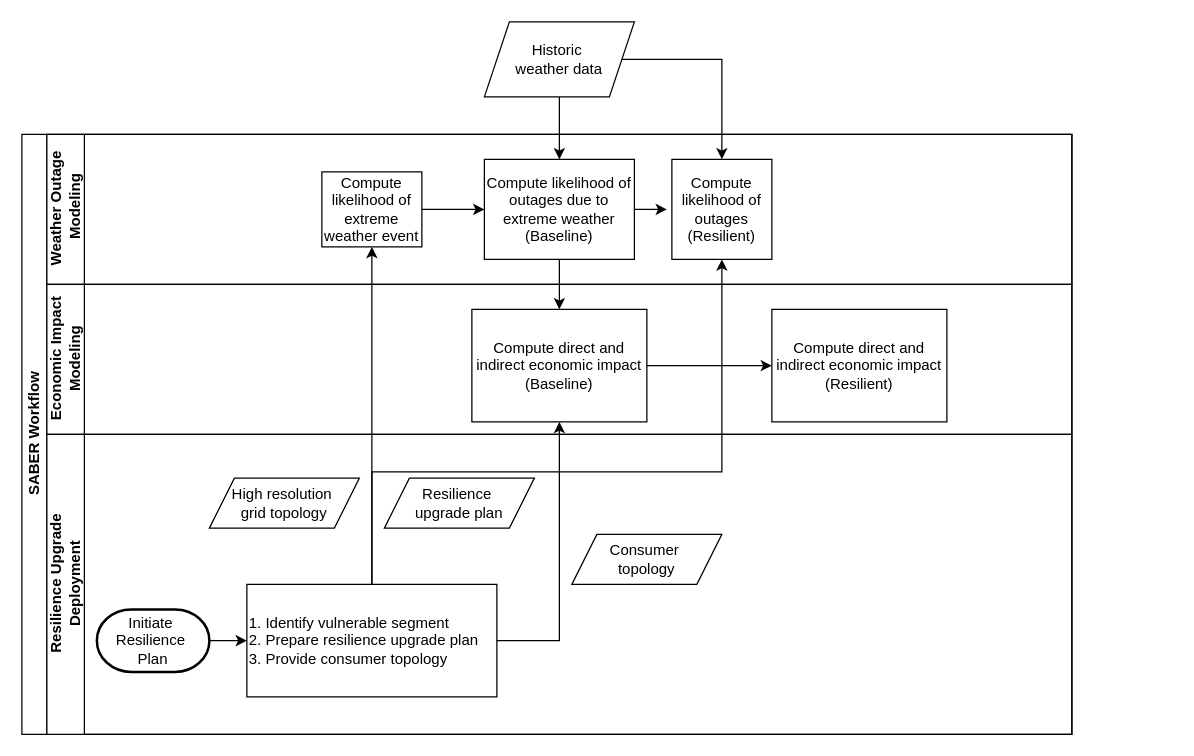
Above: page "Page-1" (1 of 2) of SABER.drawio in ananth222/test-repo (draw.io), before the change. Source tidied: cells renumbered, new cells numbered last; positions are measured from the earlier drawing's top-left corner, leaving out a move shared by most shapes. Both pictures are drawn from the tidied source at 125%, with x=0, y=0 at pixel (21, 21).
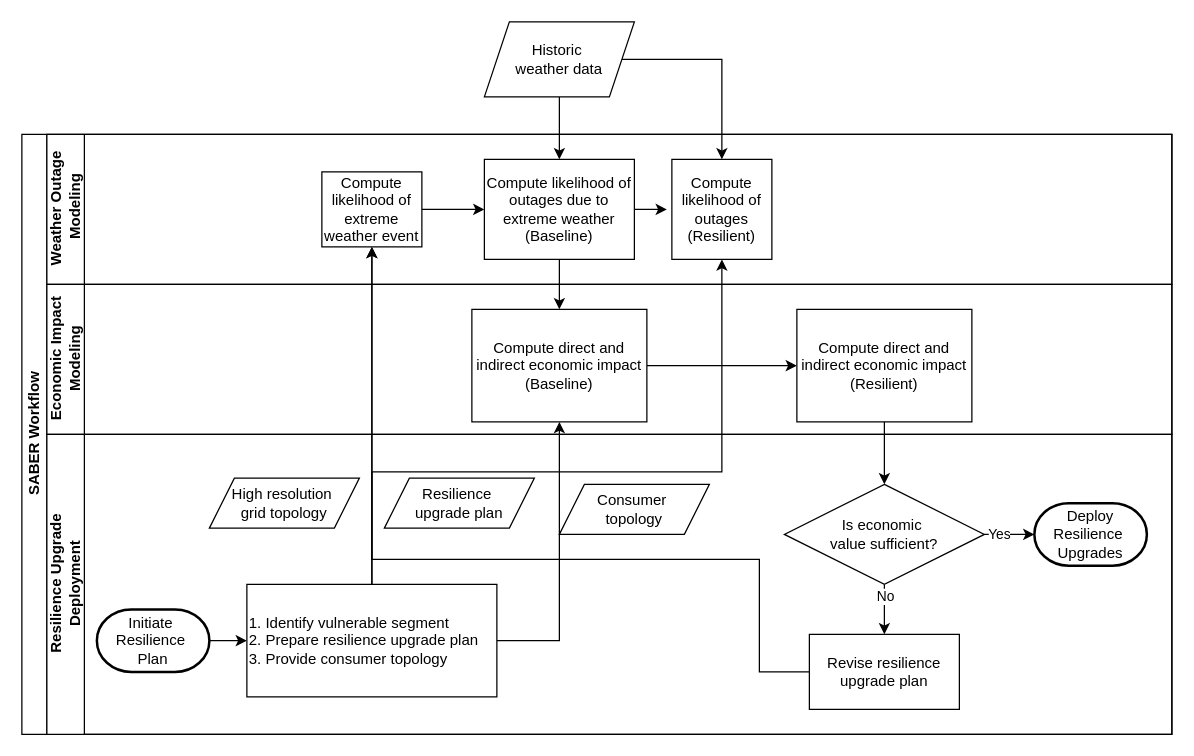
The same diagram, later.

Unchanged cells that the change refers to:
```xml
<mxCell id="5" value="Compute likelihood of extreme weather event" style="rounded=0;whiteSpace=wrap;html=1;fontFamily=Helvetica;fontSize=12;fontColor=#000000;align=center;" parent="3" vertex="1">
  <mxGeometry x="220" y="30" width="80" height="60" as="geometry" />
</mxCell>
```

Diff of the diagram source:
```diff
@@
     <mxCell id="2" value="SABER Workflow" style="swimlane;html=1;horizontal=0;startSize=20;" parent="1" vertex="1">
-      <mxGeometry y="90" width="840" height="480" as="geometry" />
+      <mxGeometry y="90" width="920" height="480" as="geometry" />
     </mxCell>
     <mxCell id="3" value="&lt;div&gt;Weather Outage&lt;/div&gt;&lt;div&gt;&amp;nbsp;Modeling&lt;/div&gt;" style="swimlane;html=1;startSize=30;horizontal=0;" parent="2" vertex="1">
-      <mxGeometry x="20" width="820" height="120" as="geometry" />
+      <mxGeometry x="20" width="900" height="120" as="geometry" />
     </mxCell>
@@
     <mxCell id="9" value="&lt;div&gt;Economic Impact &lt;br&gt;&lt;/div&gt;&lt;div&gt;Modeling&lt;br&gt;&lt;/div&gt;" style="swimlane;html=1;startSize=30;horizontal=0;" parent="2" vertex="1">
-      <mxGeometry x="20" y="120" width="820" height="120" as="geometry" />
+      <mxGeometry x="20" y="120" width="900" height="120" as="geometry" />
     </mxCell>
@@
     <mxCell id="11" value="&lt;br&gt;&lt;div&gt;Compute direct and indirect economic impact&lt;/div&gt;&lt;div&gt;(Resilient)&lt;br&gt;&lt;/div&gt;&lt;div&gt;&lt;br/&gt;&lt;/div&gt;" style="rounded=0;whiteSpace=wrap;html=1;" parent="9" vertex="1">
-      <mxGeometry x="580" y="20" width="140" height="90" as="geometry" />
+      <mxGeometry x="600" y="20" width="140" height="90" as="geometry" />
     </mxCell>
@@
     <mxCell id="14" value="&lt;div&gt;Resilience Upgrade &lt;br&gt;&lt;/div&gt;&lt;div&gt;Deployment&lt;br&gt;&lt;/div&gt;" style="swimlane;html=1;startSize=30;horizontal=0;" parent="2" vertex="1">
-      <mxGeometry x="20" y="240" width="820" height="240" as="geometry" />
+      <mxGeometry x="20" y="240" width="900" height="240" as="geometry" />
     </mxCell>
@@
     <mxCell id="20" value="&lt;div&gt;Consumer&amp;nbsp;&lt;/div&gt;&lt;div&gt;topology&lt;/div&gt;" style="shape=parallelogram;perimeter=parallelogramPerimeter;whiteSpace=wrap;html=1;fixedSize=1;" parent="14" vertex="1">
-      <mxGeometry x="420" y="80" width="120" height="40" as="geometry" />
+      <mxGeometry x="410" y="40" width="120" height="40" as="geometry" />
     </mxCell>
+    <mxCell id="27" style="edgeStyle=orthogonalEdgeStyle;rounded=0;jettySize=auto;html=1;entryX=0.5;entryY=0;entryDx=0;entryDy=0;" parent="14" edge="1" source="29" target="33">
+      <mxGeometry relative="1" as="geometry" />
+    </mxCell>
+    <mxCell id="28" value="No" style="edgeLabel;html=1;align=center;verticalAlign=middle;" parent="27" vertex="1">
+      <mxGeometry x="-0.53" relative="1" as="geometry" />
+    </mxCell>
+    <mxCell id="29" value="&lt;div&gt;Is economic&amp;nbsp;&lt;/div&gt;&lt;div&gt;value sufficient?&lt;/div&gt;" style="rhombus;whiteSpace=wrap;html=1;" parent="14" vertex="1">
+      <mxGeometry x="590" y="40" width="160" height="80" as="geometry" />
+    </mxCell>
+    <mxCell id="30" value="&lt;div&gt;Deploy &lt;br&gt;&lt;/div&gt;&lt;div&gt;Resilience&amp;nbsp;&lt;/div&gt;&lt;div&gt;Upgrades&lt;/div&gt;" style="strokeWidth=2;html=1;shape=mxgraph.flowchart.terminator;whiteSpace=wrap;" parent="14" vertex="1">
+      <mxGeometry x="790" y="55" width="90" height="50" as="geometry" />
+    </mxCell>
+    <mxCell id="31" style="edgeStyle=orthogonalEdgeStyle;rounded=0;jettySize=auto;html=1;entryX=0;entryY=0.5;entryDx=0;entryDy=0;entryPerimeter=0;" parent="14" edge="1" source="29" target="30">
+      <mxGeometry relative="1" as="geometry" />
+    </mxCell>
+    <mxCell id="32" value="Yes" style="edgeLabel;html=1;align=center;verticalAlign=middle;" parent="31" vertex="1">
+      <mxGeometry x="-0.46" y="1" relative="1" as="geometry" />
+    </mxCell>
+    <mxCell id="33" value="Revise resilience upgrade plan" style="rounded=0;whiteSpace=wrap;html=1;" parent="14" vertex="1">
+      <mxGeometry x="610" y="160" width="120" height="60" as="geometry" />
+    </mxCell>
@@
+    <mxCell id="34" style="edgeStyle=orthogonalEdgeStyle;rounded=0;jettySize=auto;html=1;" parent="2" edge="1" source="33" target="5">
+      <mxGeometry relative="1" as="geometry">
+        <Array as="points">
+          <mxPoint x="590" y="430" />
+          <mxPoint x="590" y="340" />
+          <mxPoint x="280" y="340" />
+        </Array>
+      </mxGeometry>
+    </mxCell>
+    <mxCell id="35" style="edgeStyle=orthogonalEdgeStyle;rounded=0;jettySize=auto;html=1;entryX=0.5;entryY=0;entryDx=0;entryDy=0;" parent="2" edge="1" source="11" target="29">
+      <mxGeometry relative="1" as="geometry" />
+    </mxCell>
```
